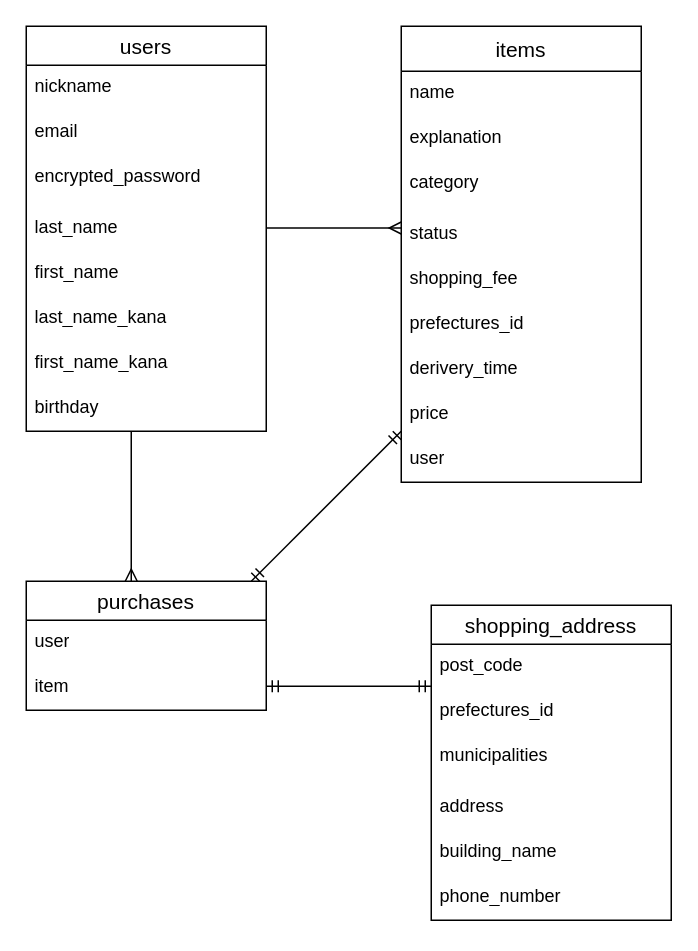
The draw.io diagram furima.dio in elegant-track/furima-41922, before the edit. Source tidied: cells renumbered, new cells numbered last; positions are measured from the earlier drawing's top-left corner, leaving out a move shared by most shapes. Both pictures are drawn from the tidied source at 150%, with x=0, y=0 at pixel (26, 26).
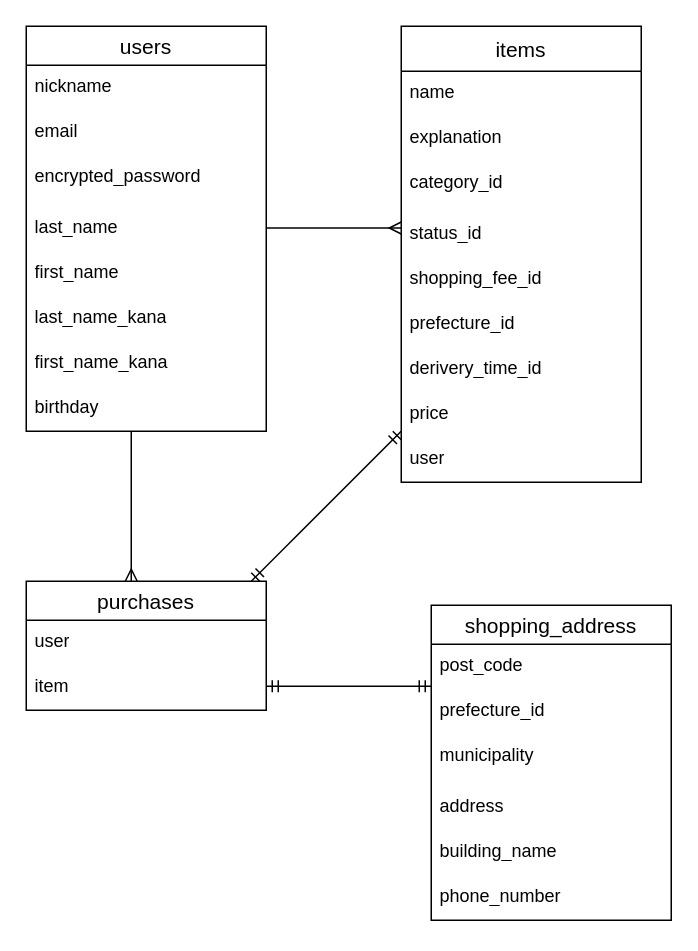
The same diagram, later.

Commit message (it also covers changes not shown here):
データベース設計修正

Unchanged cells that the change refers to:
```xml
<mxCell id="2" value="items" style="swimlane;fontStyle=0;horizontal=1;startSize=30;align=center;fontSize=14;" parent="1" vertex="1">
  <mxGeometry x="250" width="160" height="304" as="geometry" />
</mxCell>
<mxCell id="24" value="shopping_address" style="swimlane;fontStyle=0;horizontal=1;startSize=26;align=center;fontSize=14;" parent="1" vertex="1">
  <mxGeometry x="270" y="386" width="160" height="210" as="geometry" />
</mxCell>
```

The edit, as a diff of the source:
```diff
@@
-    <mxCell id="5" value="category" style="text;strokeColor=none;fillColor=none;spacingLeft=4;spacingRight=4;overflow=hidden;fontSize=12;whiteSpace=wrap;html=1;" parent="2" vertex="1">
+    <mxCell id="5" value="category_id" style="text;strokeColor=none;fillColor=none;spacingLeft=4;spacingRight=4;overflow=hidden;fontSize=12;whiteSpace=wrap;html=1;" parent="2" vertex="1">
       <mxGeometry y="90" width="160" height="34" as="geometry" />
     </mxCell>
-    <mxCell id="6" value="status" style="text;strokeColor=none;fillColor=none;spacingLeft=4;spacingRight=4;overflow=hidden;fontSize=12;whiteSpace=wrap;html=1;" parent="2" vertex="1">
+    <mxCell id="6" value="status_id" style="text;strokeColor=none;fillColor=none;spacingLeft=4;spacingRight=4;overflow=hidden;fontSize=12;whiteSpace=wrap;html=1;" parent="2" vertex="1">
       <mxGeometry y="124" width="160" height="30" as="geometry" />
     </mxCell>
-    <mxCell id="7" value="shopping_fee" style="text;strokeColor=none;fillColor=none;spacingLeft=4;spacingRight=4;overflow=hidden;fontSize=12;whiteSpace=wrap;html=1;" parent="2" vertex="1">
+    <mxCell id="7" value="shopping_fee_id" style="text;strokeColor=none;fillColor=none;spacingLeft=4;spacingRight=4;overflow=hidden;fontSize=12;whiteSpace=wrap;html=1;" parent="2" vertex="1">
       <mxGeometry y="154" width="160" height="30" as="geometry" />
     </mxCell>
-    <mxCell id="8" value="prefectures_id" style="text;strokeColor=none;fillColor=none;spacingLeft=4;spacingRight=4;overflow=hidden;fontSize=12;whiteSpace=wrap;html=1;" parent="2" vertex="1">
+    <mxCell id="8" value="prefecture_id" style="text;strokeColor=none;fillColor=none;spacingLeft=4;spacingRight=4;overflow=hidden;fontSize=12;whiteSpace=wrap;html=1;" parent="2" vertex="1">
       <mxGeometry y="184" width="160" height="30" as="geometry" />
     </mxCell>
-    <mxCell id="9" value="derivery_time" style="text;strokeColor=none;fillColor=none;spacingLeft=4;spacingRight=4;overflow=hidden;fontSize=12;whiteSpace=wrap;html=1;" parent="2" vertex="1">
+    <mxCell id="9" value="derivery_time_id" style="text;strokeColor=none;fillColor=none;spacingLeft=4;spacingRight=4;overflow=hidden;fontSize=12;whiteSpace=wrap;html=1;" parent="2" vertex="1">
       <mxGeometry y="214" width="160" height="30" as="geometry" />
     </mxCell>
@@
-    <mxCell id="26" value="prefectures_id" style="text;strokeColor=none;fillColor=none;spacingLeft=4;spacingRight=4;overflow=hidden;fontSize=12;whiteSpace=wrap;html=1;" parent="24" vertex="1">
+    <mxCell id="26" value="prefecture_id" style="text;strokeColor=none;fillColor=none;spacingLeft=4;spacingRight=4;overflow=hidden;fontSize=12;whiteSpace=wrap;html=1;" parent="24" vertex="1">
       <mxGeometry y="56" width="160" height="30" as="geometry" />
     </mxCell>
-    <mxCell id="27" value="municipalities" style="text;strokeColor=none;fillColor=none;spacingLeft=4;spacingRight=4;overflow=hidden;fontSize=12;whiteSpace=wrap;html=1;" parent="24" vertex="1">
+    <mxCell id="27" value="municipality" style="text;strokeColor=none;fillColor=none;spacingLeft=4;spacingRight=4;overflow=hidden;fontSize=12;whiteSpace=wrap;html=1;" parent="24" vertex="1">
       <mxGeometry y="86" width="160" height="34" as="geometry" />
     </mxCell>
```
